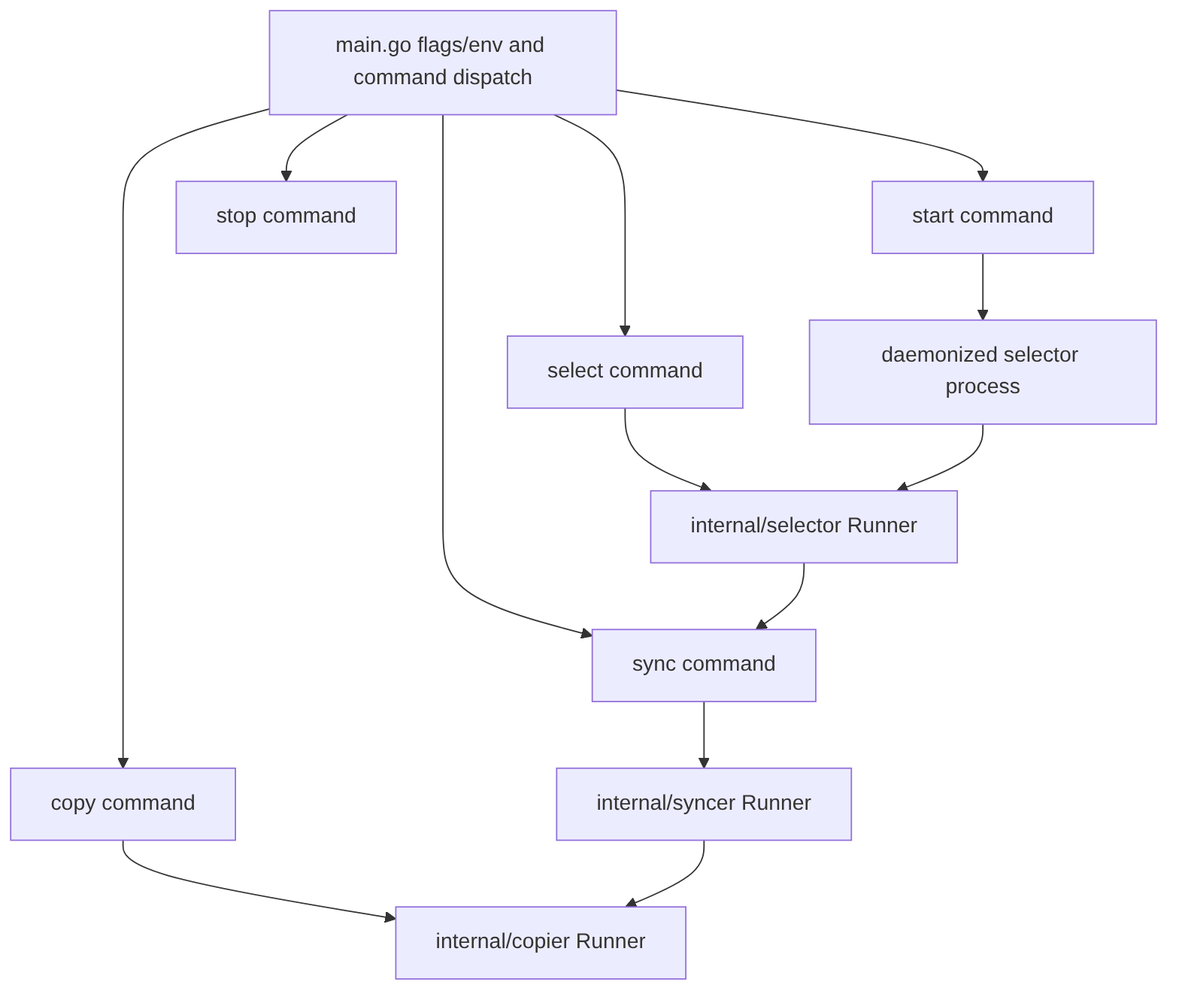
Above: docs/diagrams/runtime-flow.png in spi-ca/fast-volume-syncer (Mermaid), before the change. Its source is kept beside it as docs/diagrams/runtime-flow.mmd. Source of this version:
```mermaid
flowchart TD
    main[main.go flags/env and command dispatch]
    copy[copy command]
    sync[sync command]
    select[select command]
    start[start command]
    stop[stop command]
    copier[internal/copier Runner]
    syncer[internal/syncer Runner]
    selector[internal/selector Runner]
    daemon[daemonized selector process]

    main --> copy --> copier
    main --> sync --> syncer --> copier
    main --> select --> selector --> sync
    main --> start --> daemon --> selector
    main --> stop
```
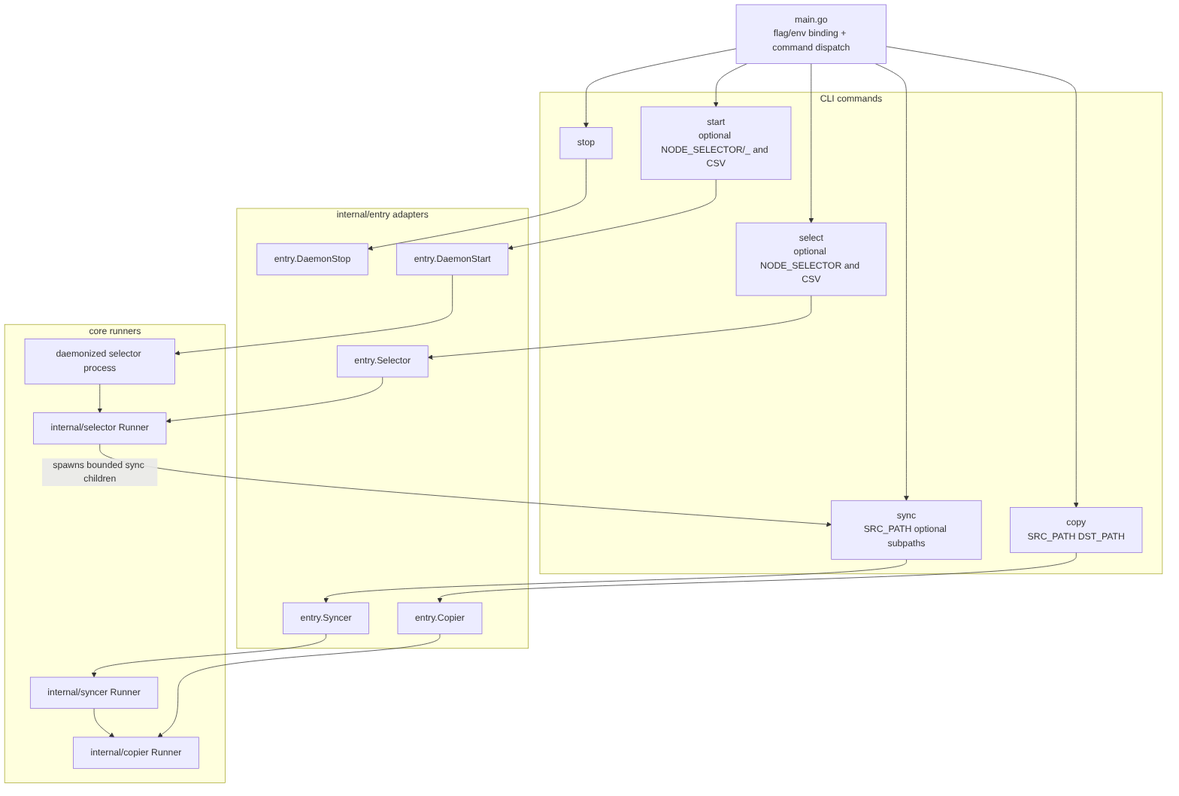
Above is the later version.

The edit, as a diff of the source:
```diff
@@ -1,17 +1,32 @@
 flowchart TD
-    main[main.go flags/env and command dispatch]
-    copy[copy command]
-    sync[sync command]
-    select[select command]
-    start[start command]
-    stop[stop command]
-    copier[internal/copier Runner]
-    syncer[internal/syncer Runner]
-    selector[internal/selector Runner]
-    daemon[daemonized selector process]
+    main["main.go<br/>flag/env binding + command dispatch"]
 
-    main --> copy --> copier
-    main --> sync --> syncer --> copier
-    main --> select --> selector --> sync
-    main --> start --> daemon --> selector
-    main --> stop
+    subgraph commands[CLI commands]
+        copyCmd["copy<br/>SRC_PATH DST_PATH"]
+        syncCmd["sync<br/>SRC_PATH optional subpaths"]
+        selectCmd["select<br/>optional NODE_SELECTOR and CSV"]
+        startCmd["start<br/>optional NODE_SELECTOR/_ and CSV"]
+        stopCmd["stop"]
+    end
+
+    subgraph entry[internal/entry adapters]
+        copierEntry["entry.Copier"]
+        syncerEntry["entry.Syncer"]
+        selectorEntry["entry.Selector"]
+        daemonStart["entry.DaemonStart"]
+        daemonStop["entry.DaemonStop"]
+    end
+
+    subgraph runners[core runners]
+        copier["internal/copier Runner"]
+        syncer["internal/syncer Runner"]
+        selector["internal/selector Runner"]
+        daemon["daemonized selector process"]
+    end
+
+    main --> copyCmd --> copierEntry --> copier
+    main --> syncCmd --> syncerEntry --> syncer --> copier
+    main --> selectCmd --> selectorEntry --> selector
+    selector -->|spawns bounded sync children| syncCmd
+    main --> startCmd --> daemonStart --> daemon --> selector
+    main --> stopCmd --> daemonStop
```
